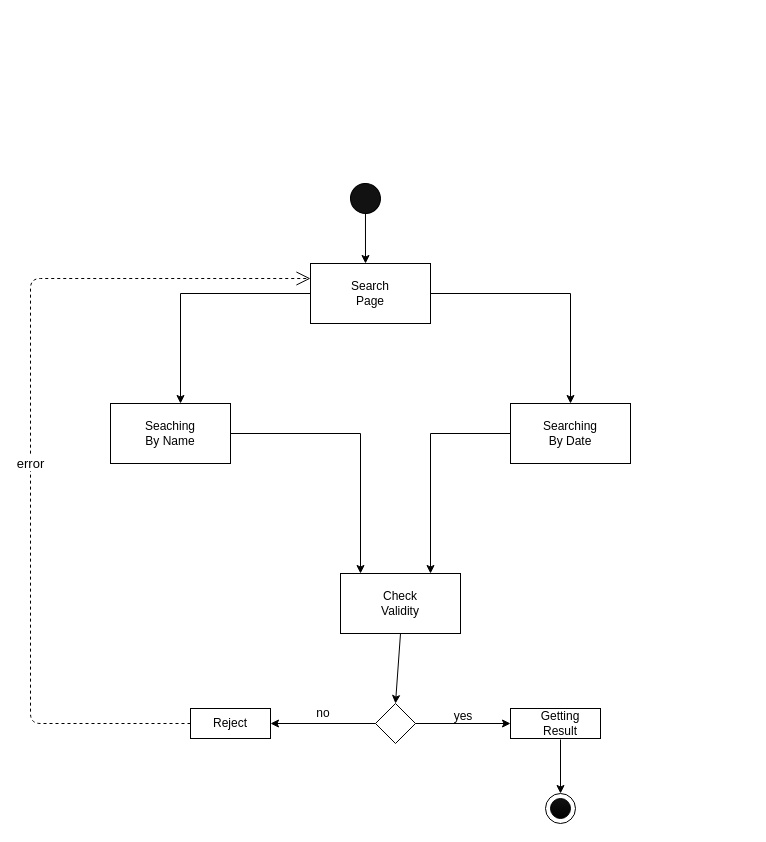
Above: search.drawio in mohammadamir98/Sama_sw1 (draw.io), before the change. Source tidied: cells renumbered, new cells numbered last; positions are measured from the earlier drawing's top-left corner, leaving out a move shared by most shapes. Both pictures are drawn from the tidied source at 100%, with x=0, y=0 at pixel (30, 183).
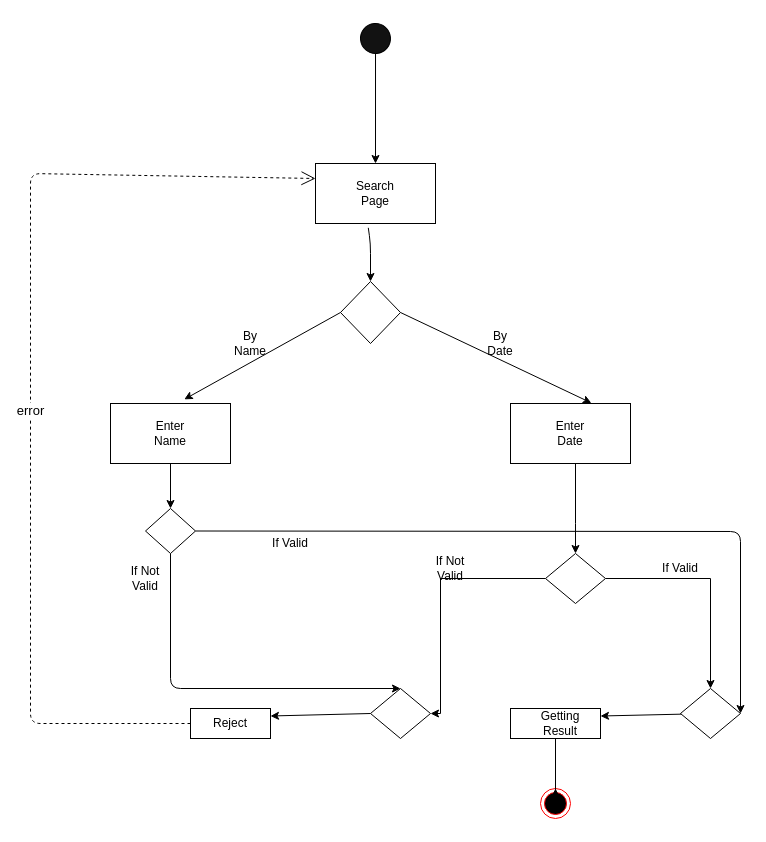
The same diagram, later.

The change refers to these unchanged cells:
```xml
<mxCell id="8" style="rounded=0;whiteSpace=wrap;html=1;" parent="1" vertex="1">
  <mxGeometry x="480" y="220" width="120" height="60" as="geometry" />
</mxCell>
<mxCell id="10" style="rounded=0;whiteSpace=wrap;html=1;" parent="1" vertex="1">
  <mxGeometry x="80" y="220" width="120" height="60" as="geometry" />
</mxCell>
<mxCell id="18" style="rounded=0;whiteSpace=wrap;html=1;" parent="1" vertex="1">
  <mxGeometry x="480" y="525" width="90" height="30" as="geometry" />
</mxCell>
<mxCell id="20" style="rounded=0;whiteSpace=wrap;html=1;" parent="1" vertex="1">
  <mxGeometry x="160" y="525" width="80" height="30" as="geometry" />
</mxCell>
```

Diff of the diagram source:
```diff
@@
     <mxCell id="2" style="ellipse;whiteSpace=wrap;html=1;rotation=40;fillColor=#121212;" parent="1" vertex="1">
-      <mxGeometry x="320" width="30" height="30" as="geometry" />
+      <mxGeometry x="330" y="-160" width="30" height="30" as="geometry" />
     </mxCell>
-    <mxCell id="3" style="endArrow=classic;html=1;" parent="1" edge="1" source="2">
-      <mxGeometry relative="1" as="geometry">
-        <mxPoint x="335" y="80" as="targetPoint" />
-      </mxGeometry>
+    <mxCell id="3" style="endArrow=classic;html=1;entryX=0.5;entryY=0;entryDx=0;entryDy=0;" parent="1" edge="1" source="2" target="6">
+      <mxGeometry relative="1" as="geometry" />
     </mxCell>
-    <mxCell id="4" style="edgeStyle=orthogonalEdgeStyle;rounded=0;jettySize=auto;html=1;" parent="1" edge="1" source="6" target="10">
-      <mxGeometry relative="1" as="geometry">
-        <Array as="points">
-          <mxPoint x="150" y="110" />
-          <mxPoint x="150" y="250" />
-        </Array>
-      </mxGeometry>
-    </mxCell>
-    <mxCell id="5" style="edgeStyle=orthogonalEdgeStyle;rounded=0;jettySize=auto;html=1;" parent="1" edge="1" source="6" target="8">
-      <mxGeometry relative="1" as="geometry" />
-    </mxCell>
     <mxCell id="6" style="rounded=0;whiteSpace=wrap;html=1;" parent="1" vertex="1">
-      <mxGeometry x="280" y="80" width="120" height="60" as="geometry" />
+      <mxGeometry x="285" y="-20" width="120" height="60" as="geometry" />
     </mxCell>
-    <mxCell id="7" style="edgeStyle=orthogonalEdgeStyle;rounded=0;jettySize=auto;html=1;entryX=0.75;entryY=0;entryDx=0;entryDy=0;" parent="1" edge="1" source="8" target="14">
+    <mxCell id="7" style="edgeStyle=orthogonalEdgeStyle;rounded=0;jettySize=auto;html=1;" parent="1" edge="1" source="8" target="32">
       <mxGeometry relative="1" as="geometry">
         <Array as="points">
-          <mxPoint x="400" y="250" />
+          <mxPoint x="545" y="340" />
+          <mxPoint x="545" y="340" />
         </Array>
       </mxGeometry>
     </mxCell>
@@
-    <mxCell id="9" style="edgeStyle=orthogonalEdgeStyle;rounded=0;jettySize=auto;html=1;" parent="1" edge="1" source="10" target="14">
-      <mxGeometry relative="1" as="geometry">
-        <Array as="points">
-          <mxPoint x="330" y="250" />
-        </Array>
-      </mxGeometry>
-    </mxCell>
@@
     <mxCell id="11" value="Search Page" style="text;html=1;strokeColor=none;fillColor=none;align=center;verticalAlign=middle;whiteSpace=wrap;rounded=0;" parent="1" vertex="1">
-      <mxGeometry x="320" y="100" width="40" height="20" as="geometry" />
+      <mxGeometry x="325" width="40" height="20" as="geometry" />
     </mxCell>
-    <mxCell id="12" value="&lt;font style=&quot;font-size: 12px&quot;&gt;Seaching By Name&lt;/font&gt;" style="text;html=1;strokeColor=none;fillColor=none;align=center;verticalAlign=middle;whiteSpace=wrap;rounded=0;" parent="1" vertex="1">
+    <mxCell id="12" value="&lt;font style=&quot;font-size: 12px&quot;&gt;Enter Name&lt;/font&gt;" style="text;html=1;strokeColor=none;fillColor=none;align=center;verticalAlign=middle;whiteSpace=wrap;rounded=0;" parent="1" vertex="1">
       <mxGeometry x="120" y="240" width="40" height="20" as="geometry" />
     </mxCell>
-    <mxCell id="13" value="Searching By Date" style="text;html=1;strokeColor=none;fillColor=none;align=center;verticalAlign=middle;whiteSpace=wrap;rounded=0;" parent="1" vertex="1">
+    <mxCell id="13" value="Enter Date" style="text;html=1;strokeColor=none;fillColor=none;align=center;verticalAlign=middle;whiteSpace=wrap;rounded=0;" parent="1" vertex="1">
       <mxGeometry x="520" y="240" width="40" height="20" as="geometry" />
     </mxCell>
-    <mxCell id="14" style="rounded=0;whiteSpace=wrap;html=1;" parent="1" vertex="1">
-      <mxGeometry x="310" y="390" width="120" height="60" as="geometry" />
-    </mxCell>
-    <mxCell id="15" value="Check Validity" style="text;html=1;strokeColor=none;fillColor=none;align=center;verticalAlign=middle;whiteSpace=wrap;rounded=0;" parent="1" vertex="1">
-      <mxGeometry x="350" y="410" width="40" height="20" as="geometry" />
-    </mxCell>
-    <mxCell id="16" style="rhombus;whiteSpace=wrap;html=1;" parent="1" vertex="1">
-      <mxGeometry x="345" y="520" width="40" height="40" as="geometry" />
-    </mxCell>
-    <mxCell id="17" style="endArrow=classic;html=1;exitX=0.5;exitY=1;exitDx=0;exitDy=0;entryX=0.5;entryY=0;entryDx=0;entryDy=0;" parent="1" edge="1" source="14" target="16">
-      <mxGeometry relative="1" as="geometry" />
-    </mxCell>
@@
-    <mxCell id="19" style="endArrow=classic;html=1;exitX=1;exitY=0.5;exitDx=0;exitDy=0;" parent="1" edge="1" source="16" target="18">
-      <mxGeometry relative="1" as="geometry" />
-    </mxCell>
@@
-    <mxCell id="21" style="endArrow=classic;html=1;exitX=0;exitY=0.5;exitDx=0;exitDy=0;" parent="1" edge="1" source="16" target="20">
-      <mxGeometry relative="1" as="geometry" />
-    </mxCell>
-    <mxCell id="22" value="yes" style="text;html=1;strokeColor=none;fillColor=none;align=center;verticalAlign=middle;whiteSpace=wrap;rounded=0;" parent="1" vertex="1">
-      <mxGeometry x="413" y="520" width="40" height="25" as="geometry" />
-    </mxCell>
-    <mxCell id="23" value="no" style="text;html=1;strokeColor=none;fillColor=none;align=center;verticalAlign=middle;whiteSpace=wrap;rounded=0;" parent="1" vertex="1">
-      <mxGeometry x="272.5" y="520" width="40" height="20" as="geometry" />
-    </mxCell>
@@
-    <mxCell id="26" style="ellipse;whiteSpace=wrap;html=1;" parent="1" vertex="1">
-      <mxGeometry x="515" y="610" width="30" height="30" as="geometry" />
-    </mxCell>
-    <mxCell id="27" style="ellipse;whiteSpace=wrap;html=1;strokeColor=#000000;gradientColor=#000000;fillColor=#121212;" parent="1" vertex="1">
-      <mxGeometry x="520" y="615" width="20" height="20" as="geometry" />
-    </mxCell>
-    <mxCell id="28" style="endArrow=classic;html=1;entryX=0.5;entryY=0;entryDx=0;entryDy=0;" parent="1" edge="1" target="26">
-      <mxGeometry relative="1" as="geometry">
-        <mxPoint x="530" y="556" as="sourcePoint" />
-      </mxGeometry>
-    </mxCell>
     <mxCell id="29" value="&lt;font style=&quot;font-size: 13px&quot;&gt;error&lt;/font&gt;" style="endArrow=open;endSize=12;dashed=1;html=1;exitX=0;exitY=0.5;exitDx=0;exitDy=0;entryX=0;entryY=0.25;entryDx=0;entryDy=0;" parent="1" edge="1" source="20" target="6">
       <mxGeometry x="-0.05" relative="1" as="geometry">
         <Array as="points">
           <mxPoint y="540" />
-          <mxPoint y="95" />
+          <mxPoint y="-10" />
         </Array>
       </mxGeometry>
     </mxCell>
+    <mxCell id="30" style="edgeStyle=orthogonalEdgeStyle;rounded=0;jettySize=auto;html=1;" parent="1" edge="1" source="32" target="34">
+      <mxGeometry relative="1" as="geometry">
+        <Array as="points">
+          <mxPoint x="410" y="395" />
+          <mxPoint x="410" y="530" />
+        </Array>
+      </mxGeometry>
+    </mxCell>
+    <mxCell id="31" style="edgeStyle=orthogonalEdgeStyle;rounded=0;jettySize=auto;html=1;" parent="1" edge="1" source="32" target="33">
+      <mxGeometry relative="1" as="geometry" />
+    </mxCell>
+    <mxCell id="32" style="rhombus;whiteSpace=wrap;html=1;" parent="1" vertex="1">
+      <mxGeometry x="515" y="370" width="60" height="50" as="geometry" />
+    </mxCell>
+    <mxCell id="33" style="rhombus;whiteSpace=wrap;html=1;" parent="1" vertex="1">
+      <mxGeometry x="650" y="505" width="60" height="50" as="geometry" />
+    </mxCell>
+    <mxCell id="34" style="rhombus;whiteSpace=wrap;html=1;" parent="1" vertex="1">
+      <mxGeometry x="340" y="505" width="60" height="50" as="geometry" />
+    </mxCell>
+    <mxCell id="35" style="rhombus;whiteSpace=wrap;html=1;" parent="1" vertex="1">
+      <mxGeometry x="310" y="98" width="60" height="62" as="geometry" />
+    </mxCell>
+    <mxCell id="36" style="endArrow=classic;html=1;exitX=0.44;exitY=1.072;exitDx=0;exitDy=0;entryX=0.5;entryY=0;entryDx=0;entryDy=0;exitPerimeter=0;" parent="1" edge="1" source="6" target="35">
+      <mxGeometry relative="1" as="geometry">
+        <Array as="points">
+          <mxPoint x="340" y="60" />
+        </Array>
+      </mxGeometry>
+    </mxCell>
+    <mxCell id="37" style="endArrow=classic;html=1;exitX=1;exitY=0.5;exitDx=0;exitDy=0;entryX=0.674;entryY=-0.009;entryDx=0;entryDy=0;entryPerimeter=0;" parent="1" edge="1" source="35" target="8">
+      <mxGeometry relative="1" as="geometry" />
+    </mxCell>
+    <mxCell id="38" style="endArrow=classic;html=1;exitX=0;exitY=0.5;exitDx=0;exitDy=0;entryX=0.615;entryY=-0.069;entryDx=0;entryDy=0;entryPerimeter=0;" parent="1" edge="1" source="35" target="10">
+      <mxGeometry relative="1" as="geometry" />
+    </mxCell>
+    <mxCell id="39" value="By Date" style="text;html=1;strokeColor=none;fillColor=none;align=center;verticalAlign=middle;whiteSpace=wrap;rounded=0;" parent="1" vertex="1">
+      <mxGeometry x="450" y="150" width="40" height="20" as="geometry" />
+    </mxCell>
+    <mxCell id="40" value="By Name" style="text;html=1;strokeColor=none;fillColor=none;align=center;verticalAlign=middle;whiteSpace=wrap;rounded=0;" parent="1" vertex="1">
+      <mxGeometry x="200" y="150" width="40" height="20" as="geometry" />
+    </mxCell>
+    <mxCell id="41" value="If Not Valid" style="text;html=1;strokeColor=none;fillColor=none;align=center;verticalAlign=middle;whiteSpace=wrap;rounded=0;" parent="1" vertex="1">
+      <mxGeometry x="400" y="375" width="40" height="20" as="geometry" />
+    </mxCell>
+    <mxCell id="42" value="If Valid" style="text;html=1;strokeColor=none;fillColor=none;align=center;verticalAlign=middle;whiteSpace=wrap;rounded=0;" parent="1" vertex="1">
+      <mxGeometry x="630" y="375" width="40" height="20" as="geometry" />
+    </mxCell>
+    <mxCell id="43" style="endArrow=classic;html=1;entryX=1;entryY=0.25;entryDx=0;entryDy=0;" parent="1" edge="1" source="33" target="18">
+      <mxGeometry relative="1" as="geometry" />
+    </mxCell>
+    <mxCell id="44" style="endArrow=classic;html=1;exitX=0;exitY=0.5;exitDx=0;exitDy=0;entryX=1;entryY=0.25;entryDx=0;entryDy=0;" parent="1" edge="1" source="34" target="20">
+      <mxGeometry relative="1" as="geometry" />
+    </mxCell>
+    <mxCell id="45" style="endArrow=classic;html=1;exitX=0.5;exitY=1;exitDx=0;exitDy=0;" parent="1" edge="1" source="10" target="46">
+      <mxGeometry relative="1" as="geometry" />
+    </mxCell>
+    <mxCell id="46" style="rhombus;whiteSpace=wrap;html=1;" parent="1" vertex="1">
+      <mxGeometry x="115" y="325" width="50" height="45" as="geometry" />
+    </mxCell>
+    <mxCell id="47" value="If Not Valid" style="text;html=1;strokeColor=none;fillColor=none;align=center;verticalAlign=middle;whiteSpace=wrap;rounded=0;" parent="1" vertex="1">
+      <mxGeometry x="95" y="385" width="40" height="20" as="geometry" />
+    </mxCell>
+    <mxCell id="48" style="endArrow=classic;html=1;exitX=0.5;exitY=1;exitDx=0;exitDy=0;entryX=0.5;entryY=0;entryDx=0;entryDy=0;" parent="1" edge="1" source="46" target="34">
+      <mxGeometry relative="1" as="geometry">
+        <Array as="points">
+          <mxPoint x="140" y="505" />
+        </Array>
+      </mxGeometry>
+    </mxCell>
+    <mxCell id="49" style="endArrow=classic;html=1;exitX=1;exitY=0.5;exitDx=0;exitDy=0;entryX=1;entryY=0.5;entryDx=0;entryDy=0;" parent="1" edge="1" source="46" target="33">
+      <mxGeometry relative="1" as="geometry">
+        <Array as="points">
+          <mxPoint x="710" y="348" />
+        </Array>
+      </mxGeometry>
+    </mxCell>
+    <mxCell id="50" value="If Valid" style="text;html=1;strokeColor=none;fillColor=none;align=center;verticalAlign=middle;whiteSpace=wrap;rounded=0;" parent="1" vertex="1">
+      <mxGeometry x="240" y="350" width="40" height="20" as="geometry" />
+    </mxCell>
+    <mxCell id="51" style="ellipse;html=1;shape=endState;fillColor=#000000;strokeColor=#ff0000;" parent="1" vertex="1">
+      <mxGeometry x="510" y="605" width="30" height="30" as="geometry" />
+    </mxCell>
+    <mxCell id="52" style="endArrow=classic;html=1;exitX=0.5;exitY=1;exitDx=0;exitDy=0;entryX=0.5;entryY=0;entryDx=0;entryDy=0;" parent="1" edge="1" source="18" target="51">
+      <mxGeometry relative="1" as="geometry">
+        <Array as="points">
+          <mxPoint x="525" y="620" />
+        </Array>
+      </mxGeometry>
+    </mxCell>
```
